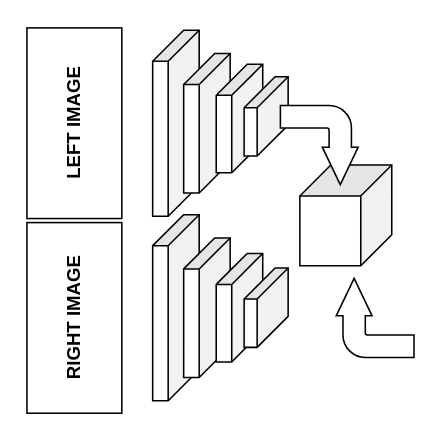
Above: Untitled Diagram.drawio in APVGITHUB/stereo-fpga (draw.io), before the change. Source tidied: cells renumbered, new cells numbered last; positions are measured from the earlier drawing's top-left corner, leaving out a move shared by most shapes. Both pictures are drawn from the tidied source at 155%, with x=0, y=0 at pixel (-22, 74).
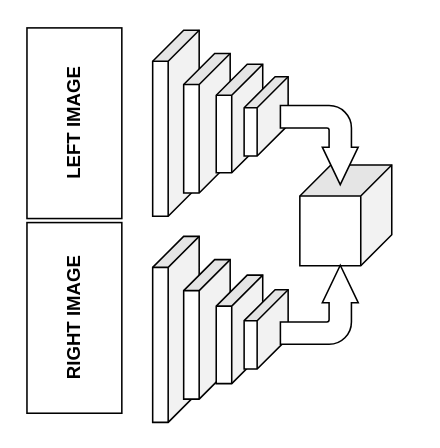
The same diagram, later.

Commit message:
FADNet Archdrawio

Diff of the diagram source:
```diff
@@
 <mxGraphModel>
   <root>
     <mxCell id="0" />
     <mxCell id="1" parent="0" />
     <mxCell id="2" style="shape=cube;whiteSpace=wrap;html=1;boundedLbl=1;backgroundOutline=1;darkOpacity=0.05;darkOpacity2=0.1;rotation=90;" parent="1" vertex="1">
       <mxGeometry x="67" y="16" width="120" height="30" as="geometry" />
     </mxCell>
     <mxCell id="3" style="shape=cube;whiteSpace=wrap;html=1;boundedLbl=1;backgroundOutline=1;darkOpacity=0.05;darkOpacity2=0.1;rotation=90;" parent="1" vertex="1">
       <mxGeometry x="102" y="16" width="90" height="30" as="geometry" />
     </mxCell>
     <mxCell id="4" style="shape=cube;whiteSpace=wrap;html=1;boundedLbl=1;backgroundOutline=1;darkOpacity=0.05;darkOpacity2=0.1;rotation=90;" parent="1" vertex="1">
       <mxGeometry x="133" y="13" width="70" height="30" as="geometry" />
     </mxCell>
     <mxCell id="5" style="shape=cube;whiteSpace=wrap;html=1;boundedLbl=1;backgroundOutline=1;darkOpacity=0.05;darkOpacity2=0.1;rotation=90;" parent="1" vertex="1">
-      <mxGeometry x="67" y="135" width="120" height="30" as="geometry" />
+      <mxGeometry x="67" y="149" width="120" height="30" as="geometry" />
     </mxCell>
     <mxCell id="6" style="shape=cube;whiteSpace=wrap;html=1;boundedLbl=1;backgroundOutline=1;darkOpacity=0.05;darkOpacity2=0.1;rotation=90;" parent="1" vertex="1">
-      <mxGeometry x="102" y="135" width="90" height="30" as="geometry" />
+      <mxGeometry x="102" y="149" width="90" height="30" as="geometry" />
     </mxCell>
     <mxCell id="7" style="shape=cube;whiteSpace=wrap;html=1;boundedLbl=1;backgroundOutline=1;darkOpacity=0.05;darkOpacity2=0.1;rotation=90;" parent="1" vertex="1">
-      <mxGeometry x="133" y="135" width="70" height="30" as="geometry" />
+      <mxGeometry x="133" y="149" width="70" height="30" as="geometry" />
     </mxCell>
     <mxCell id="8" style="shape=cube;whiteSpace=wrap;html=1;boundedLbl=1;backgroundOutline=1;darkOpacity=0.05;darkOpacity2=0.1;rotation=90;" parent="1" vertex="1">
       <mxGeometry x="159.6" y="12.4" width="51.2" height="28.4" as="geometry" />
     </mxCell>
     <mxCell id="9" style="shape=cube;whiteSpace=wrap;html=1;boundedLbl=1;backgroundOutline=1;darkOpacity=0.05;darkOpacity2=0.1;rotation=90;" parent="1" vertex="1">
-      <mxGeometry x="159.6" y="135.8" width="51.2" height="28.4" as="geometry" />
+      <mxGeometry x="159.6" y="149.8" width="51.2" height="28.4" as="geometry" />
     </mxCell>
     <mxCell id="10" value="&lt;b&gt;LEFT IMAGE&lt;/b&gt;" style="rounded=0;whiteSpace=wrap;html=1;rotation=-90;" parent="1" vertex="1">
       <mxGeometry y="0.4" width="123" height="61.2" as="geometry" />
     </mxCell>
     <mxCell id="11" value="&lt;b&gt;RIGHT IMAGE&lt;/b&gt;" style="rounded=0;whiteSpace=wrap;html=1;rotation=-90;" parent="1" vertex="1">
       <mxGeometry y="126" width="123" height="61.2" as="geometry" />
     </mxCell>
     <mxCell id="12" style="shape=cube;whiteSpace=wrap;html=1;boundedLbl=1;backgroundOutline=1;darkOpacity=0.05;darkOpacity2=0.1;rotation=90;" parent="1" vertex="1">
       <mxGeometry x="204.1" y="60.8" width="65" height="59.3" as="geometry" />
     </mxCell>
     <mxCell id="13" style="html=1;shadow=0;dashed=0;align=center;verticalAlign=middle;shape=mxgraph.arrows2.bendArrow;dy=7.21;dx=24.16;notch=0;arrowHead=23.15;rounded=1;rotation=90;" parent="1" vertex="1">
       <mxGeometry x="194" y="20" width="51" height="50.2" as="geometry" />
     </mxCell>
-    <mxCell id="14" style="html=1;shadow=0;dashed=0;align=center;verticalAlign=middle;shape=mxgraph.arrows2.bendArrow;dy=7.21;dx=24.16;notch=0;arrowHead=23.15;rounded=1;rotation=-90;" parent="1" vertex="1">
-      <mxGeometry x="230" y="131.5" width="51" height="50.2" as="geometry" />
-    </mxCell>
+    <mxCell id="15" style="html=1;shadow=0;dashed=0;align=center;verticalAlign=middle;shape=mxgraph.arrows2.bendArrow;dy=7.21;dx=24.16;notch=0;arrowHead=23.15;rounded=1;rotation=-90;flipV=1;" parent="1" vertex="1">
+      <mxGeometry x="194" y="123" width="51" height="50.2" as="geometry" />
+    </mxCell>
   </root>
 </mxGraphModel>
```
